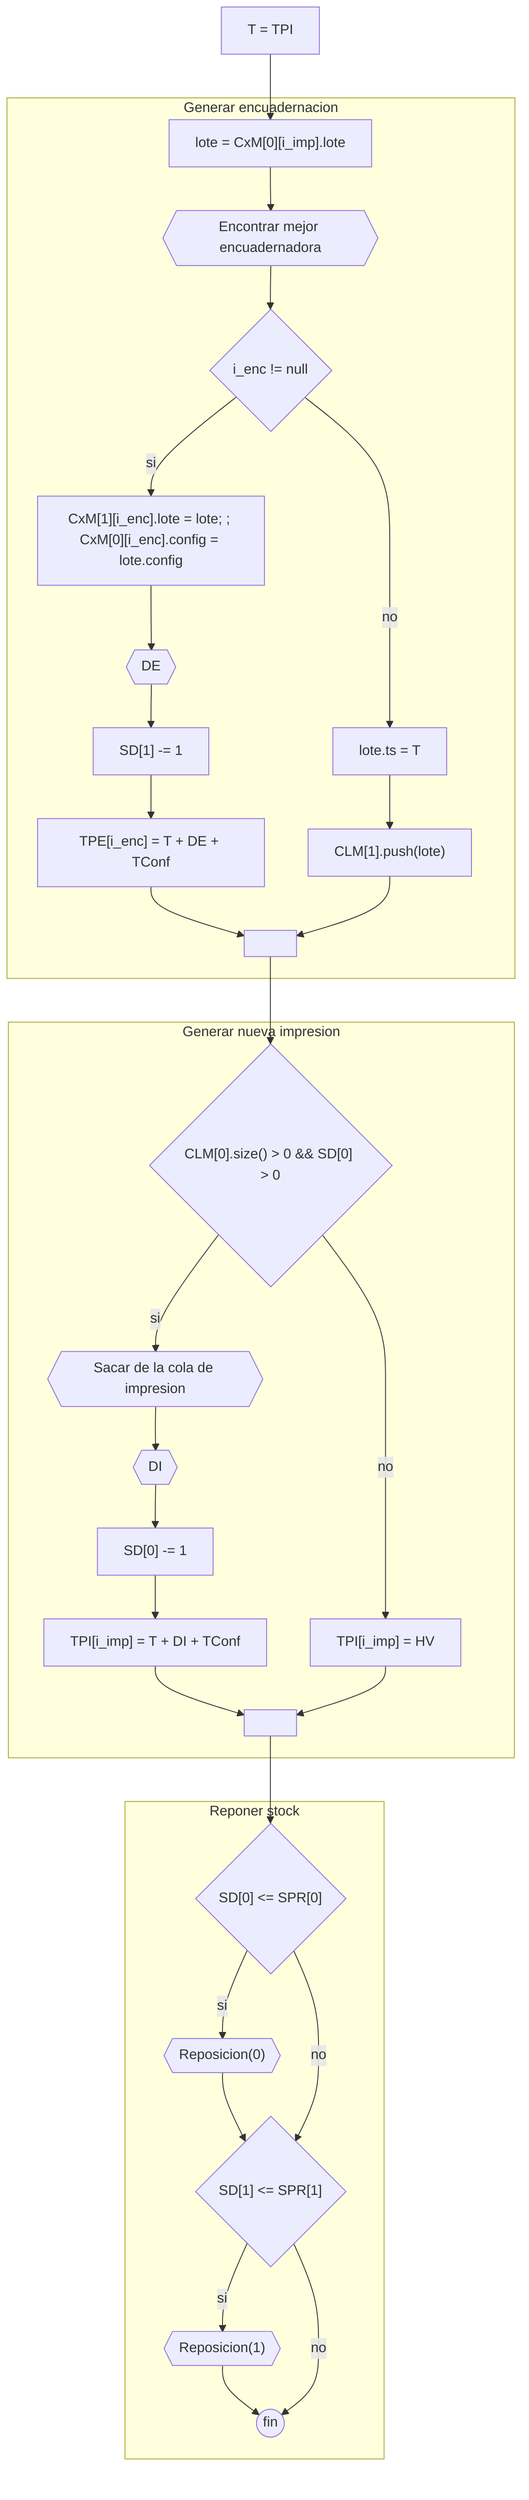
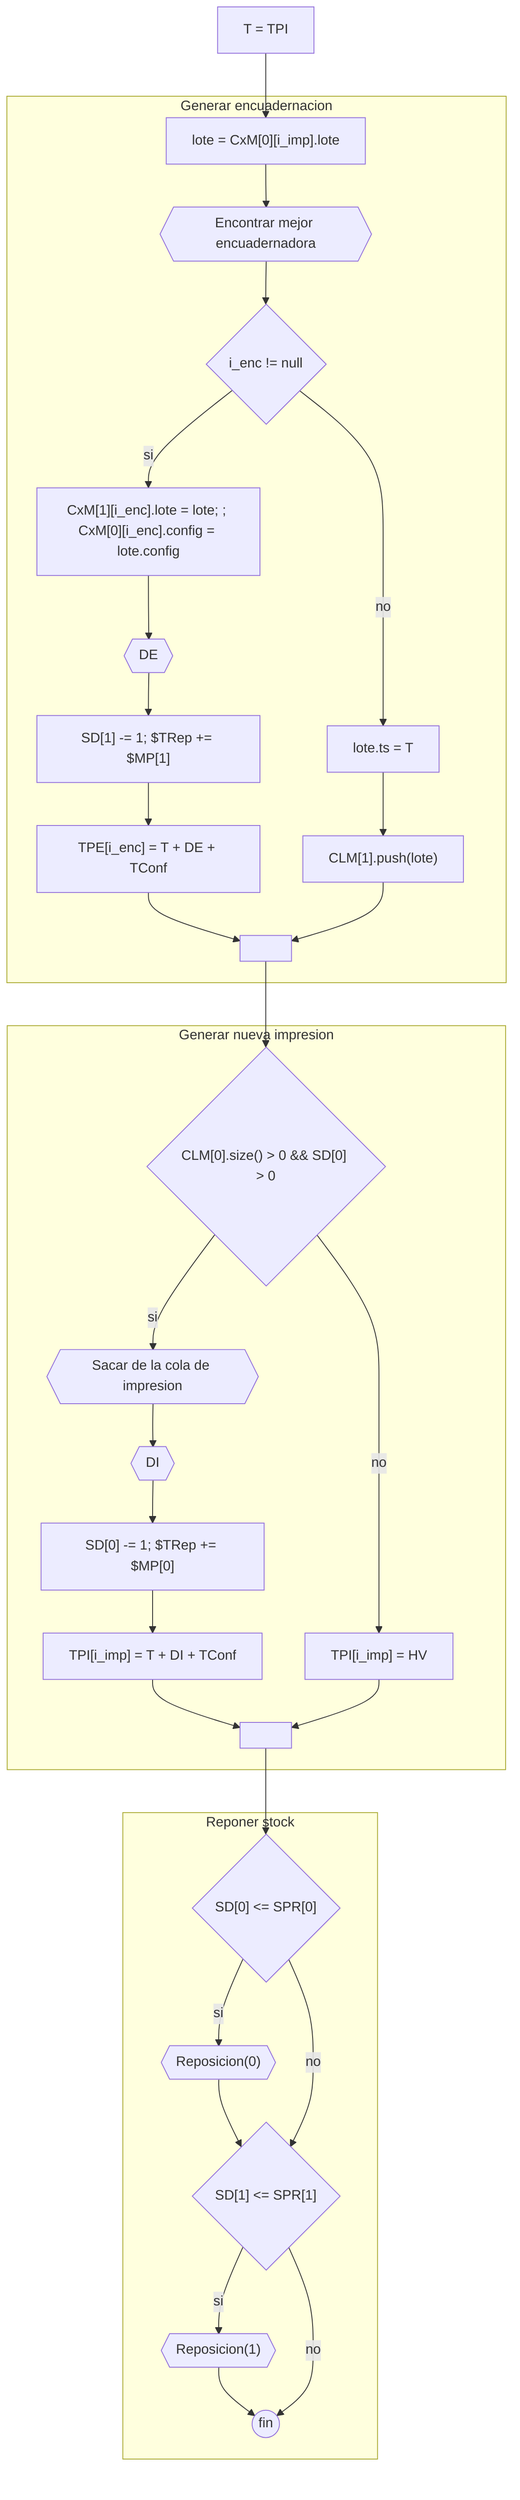
flowchart TD
    direction TD

    a[T = TPI] --> lote["lote = CxM[0][i_imp].lote"]

    subgraph Generar encuadernacion
    lote --> g{{Encontrar mejor encuadernadora}} --> if2{"i_enc != null"}
-     if2 --> |si| aaa0["CxM[1][i_enc].lote = lote; ; CxM[0][i_enc].config = lote.config"] --> aaa{{DE}} --> s1["SD[1] -= 1"] --> h["TPE[i_enc] = T + DE + TConf"] --> ll
+     if2 --> |si| aaa0["CxM[1][i_enc].lote = lote; ; CxM[0][i_enc].config = lote.config"] --> aaa{{DE}} --> s1["SD[1] -= 1; $TRep += $MP[1]"] --> h["TPE[i_enc] = T + DE + TConf"] --> ll
    if2 --> |no| z9["lote.ts = T"] --> aa["CLM[1].push(lote)"]  --> ll
    end

    subgraph Generar nueva impresion
    ll[" "] --> if
-     if{"CLM[0].size() > 0 && SD[0] > 0"} --> |si| e{{"Sacar de la cola de impresion"}} --> s{{DI}} --> s0["SD[0] -= 1"] --> b["TPI[i_imp] = T + DI + TConf"] --> l[" "]
+     if{"CLM[0].size() > 0 && SD[0] > 0"} --> |si| e{{"Sacar de la cola de impresion"}} --> s{{DI}} --> s0["SD[0] -= 1; $TRep += $MP[0]"] --> b["TPI[i_imp] = T + DI + TConf"] --> l[" "]
    if --> |no| zz["TPI[i_imp] = HV"] --> l
    end

    subgraph Reponer stock
    l --> if3{"SD[0] <= SPR[0]"}
    if3 --> |si| r0{{"Reposicion(0)"}} --> if4{"SD[1] <= SPR[1]"}
    if3 --> |no| if4
    if4 --> |si| r1{{"Reposicion(1)"}} --> fin(("fin"))
    if4 --> |no| fin
    end
